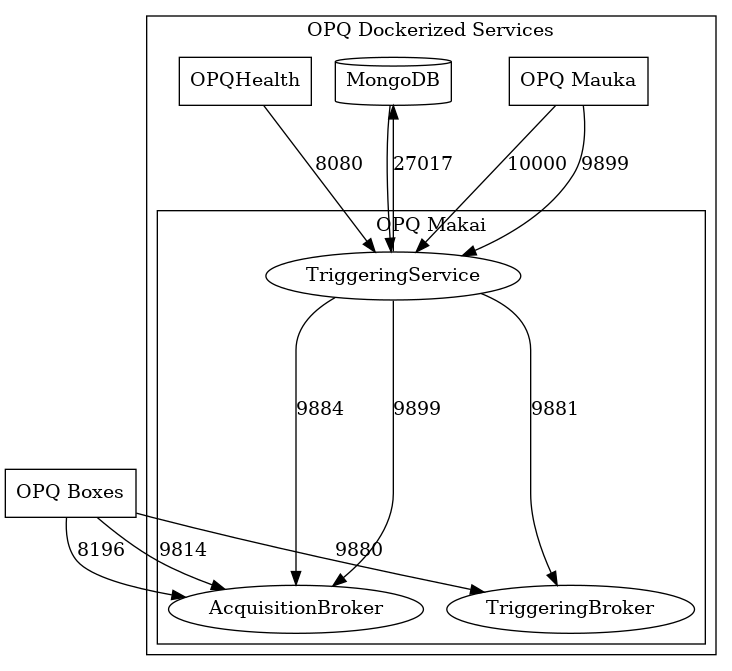
Earlier version of the Graphviz export makai/makai.png (openpowerquality/opq). Its source is kept beside it as makai/makai.dot.
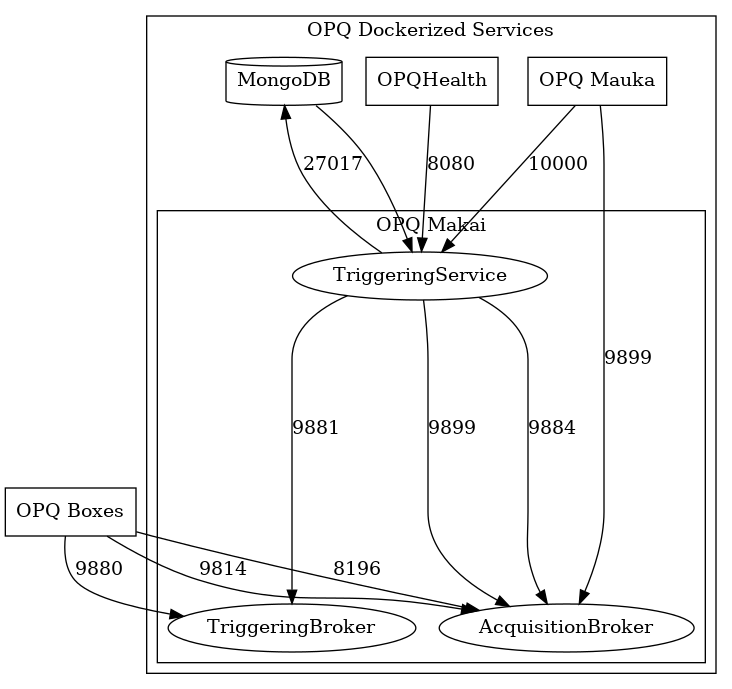
The same file after the commit.

Commit message:
Update port diagram to show client server relationship instead of data movement.

The edit, as a diff of the source:
```diff
@@ -21,7 +21,7 @@
 
     OPQMauka -> TriggeringService [label=10000]
 
-    OPQMauka -> TriggeringService [label=9899]
+    OPQMauka -> AcquisitionBroker [label=9899]
 
     TriggeringService -> MongoDB [label=27017]
     MongoDB -> TriggeringService
```
